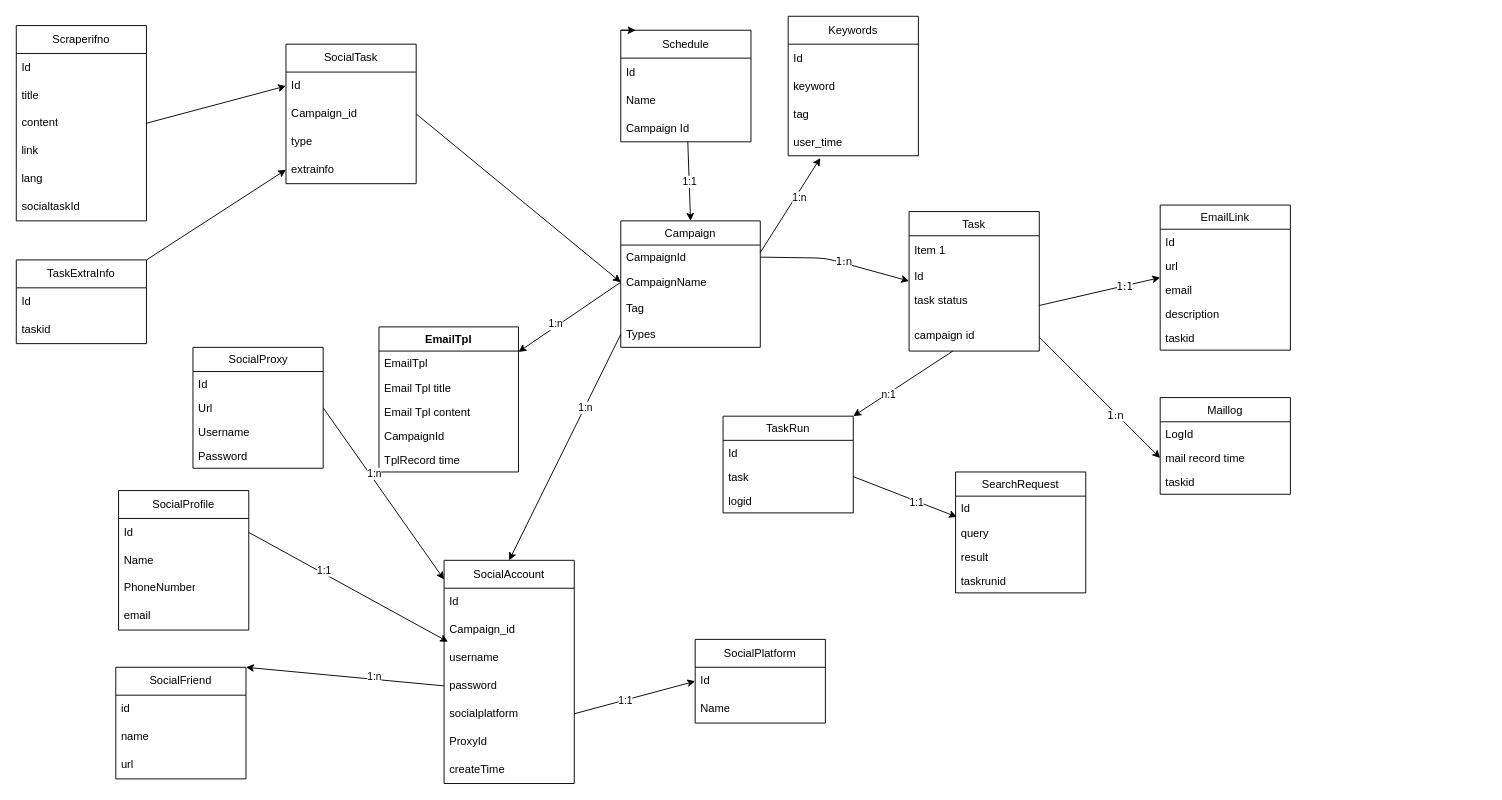
Earlier version of the draw.io diagram doc/class.drawio (robertzengcn/marketing). Source tidied: cells renumbered, new cells numbered last; positions are measured from the earlier drawing's top-left corner, leaving out a move shared by most shapes. Both pictures are drawn from the tidied source at 93%, with x=0, y=0 at pixel (16, 16).
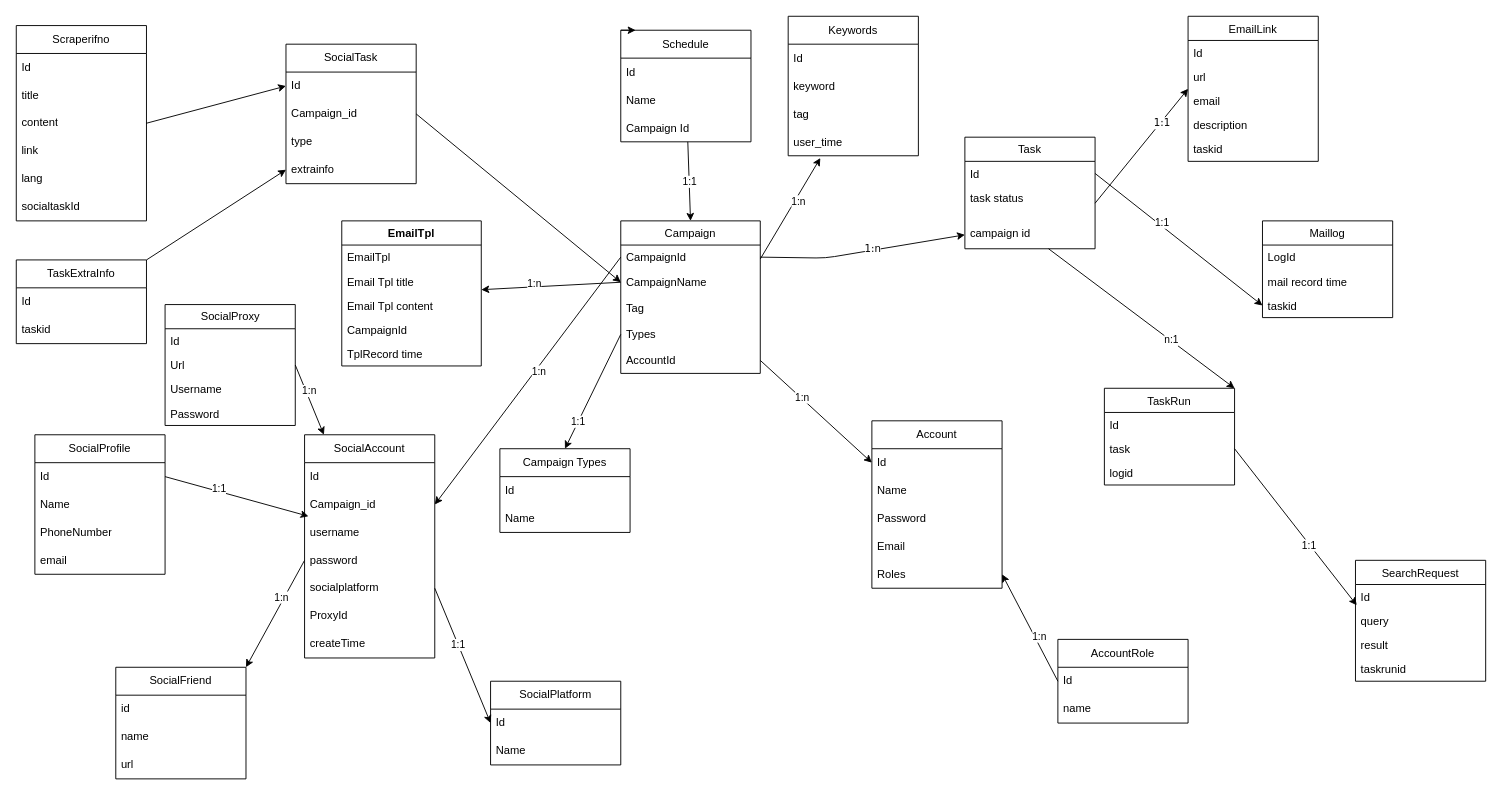
After the change.

Unchanged cells that the change refers to:
```xml
<mxCell id="5" value="CampaignId" style="text;strokeColor=none;fillColor=none;align=left;verticalAlign=top;spacingLeft=4;spacingRight=4;overflow=hidden;points=[[0,0.5],[1,0.5]];portConstraint=eastwest;" parent="4" vertex="1">
  <mxGeometry y="26" width="150" height="26" as="geometry" />
</mxCell>
<mxCell id="8" value="Types" style="text;strokeColor=none;fillColor=none;align=left;verticalAlign=top;spacingLeft=4;spacingRight=4;overflow=hidden;points=[[0,0.5],[1,0.5]];portConstraint=eastwest;" parent="4" vertex="1">
  <mxGeometry y="108" width="150" height="28" as="geometry" />
</mxCell>
<mxCell id="17" value="mail record time" style="text;strokeColor=none;fillColor=none;align=left;verticalAlign=top;spacingLeft=4;spacingRight=4;overflow=hidden;points=[[0,0.5],[1,0.5]];portConstraint=eastwest;" parent="15" vertex="1">
  <mxGeometry y="52" width="140" height="26" as="geometry" />
</mxCell>
<mxCell id="18" value="taskid&#10;" style="text;strokeColor=none;fillColor=none;align=left;verticalAlign=top;spacingLeft=4;spacingRight=4;overflow=hidden;points=[[0,0.5],[1,0.5]];portConstraint=eastwest;" parent="15" vertex="1">
  <mxGeometry y="78" width="140" height="26" as="geometry" />
</mxCell>
<mxCell id="64" value="Campaign_id" style="text;strokeColor=none;fillColor=none;align=left;verticalAlign=middle;spacingLeft=4;spacingRight=4;overflow=hidden;points=[[0,0.5],[1,0.5]];portConstraint=eastwest;whiteSpace=wrap;html=1;" parent="62" vertex="1">
  <mxGeometry y="60" width="140" height="30" as="geometry" />
</mxCell>
```

Change to the diagram source:
```diff
@@
     <mxCell id="4" value="Campaign" style="swimlane;fontStyle=0;horizontal=1;startSize=26;fillColor=none;" parent="1" vertex="1">
-      <mxGeometry x="650" y="220" width="150" height="136" as="geometry" />
+      <mxGeometry x="650" y="220" width="150" height="164" as="geometry" />
     </mxCell>
@@
+    <mxCell id="115" value="AccountId" style="text;strokeColor=none;fillColor=none;align=left;verticalAlign=top;spacingLeft=4;spacingRight=4;overflow=hidden;points=[[0,0.5],[1,0.5]];portConstraint=eastwest;" parent="4" vertex="1">
+      <mxGeometry y="136" width="150" height="28" as="geometry" />
+    </mxCell>
     <mxCell id="9" value="EmailTpl" style="swimlane;fontStyle=1;horizontal=1;startSize=26;fillColor=none;" parent="1" vertex="1">
-      <mxGeometry x="390" y="334" width="150" height="156" as="geometry" />
+      <mxGeometry x="350" y="220" width="150" height="156" as="geometry" />
     </mxCell>
@@
     <mxCell id="15" value="Maillog" style="swimlane;fontStyle=0;horizontal=1;startSize=26;fillColor=none;" parent="1" vertex="1">
-      <mxGeometry x="1230" y="410" width="140" height="104" as="geometry" />
+      <mxGeometry x="1340" y="220" width="140" height="104" as="geometry" />
     </mxCell>
@@
     <mxCell id="19" value="EmailLink" style="swimlane;fontStyle=0;horizontal=1;startSize=26;fillColor=none;" parent="1" vertex="1">
-      <mxGeometry x="1230" y="203" width="140" height="156" as="geometry" />
+      <mxGeometry x="1260" width="140" height="156" as="geometry" />
     </mxCell>
@@
     <mxCell id="25" value="Task" style="swimlane;fontStyle=0;horizontal=1;startSize=26;fillColor=none;" parent="1" vertex="1">
-      <mxGeometry x="960" y="210" width="140" height="150" as="geometry" />
+      <mxGeometry x="1020" y="130" width="140" height="120" as="geometry" />
     </mxCell>
-    <mxCell id="26" value="Item 1" style="text;strokeColor=none;fillColor=none;align=left;verticalAlign=middle;spacingLeft=4;spacingRight=4;overflow=hidden;" parent="25" vertex="1">
-      <mxGeometry y="26" width="140" height="30" as="geometry" />
-    </mxCell>
     <mxCell id="27" value="Id" style="text;strokeColor=none;fillColor=none;align=left;verticalAlign=top;spacingLeft=4;spacingRight=4;overflow=hidden;points=[[0,0.5],[1,0.5]];portConstraint=eastwest;" parent="25" vertex="1">
-      <mxGeometry y="56" width="140" height="26" as="geometry" />
+      <mxGeometry y="26" width="140" height="26" as="geometry" />
     </mxCell>
     <mxCell id="28" value="task status&#10;" style="text;strokeColor=none;fillColor=none;align=left;verticalAlign=top;spacingLeft=4;spacingRight=4;overflow=hidden;points=[[0,0.5],[1,0.5]];portConstraint=eastwest;" parent="25" vertex="1">
-      <mxGeometry y="82" width="140" height="38" as="geometry" />
+      <mxGeometry y="52" width="140" height="38" as="geometry" />
     </mxCell>
     <mxCell id="29" value="campaign id" style="text;strokeColor=none;fillColor=none;align=left;verticalAlign=top;spacingLeft=4;spacingRight=4;overflow=hidden;points=[[0,0.5],[1,0.5]];portConstraint=eastwest;" parent="25" vertex="1">
-      <mxGeometry y="120" width="140" height="30" as="geometry" />
+      <mxGeometry y="90" width="140" height="30" as="geometry" />
     </mxCell>
-    <mxCell id="30" style="edgeStyle=none;html=1;exitX=1;exitY=0.5;exitDx=0;exitDy=0;entryX=0;entryY=-0.192;entryDx=0;entryDy=0;entryPerimeter=0;fontFamily=Verdana;" parent="1" edge="1" source="5" target="28">
+    <mxCell id="30" style="edgeStyle=none;html=1;exitX=1;exitY=0.5;exitDx=0;exitDy=0;entryX=0;entryY=0.5;entryDx=0;entryDy=0;fontFamily=Verdana;" parent="1" edge="1" source="5" target="29">
       <mxGeometry relative="1" as="geometry">
         <Array as="points">
           <mxPoint x="870" y="260" />
         </Array>
       </mxGeometry>
     </mxCell>
@@
-    <mxCell id="34" style="edgeStyle=none;html=1;exitX=1;exitY=0.5;exitDx=0;exitDy=0;fontFamily=Verdana;entryX=0;entryY=0.5;entryDx=0;entryDy=0;" parent="1" edge="1" target="17">
-      <mxGeometry relative="1" as="geometry">
-        <mxPoint x="1100" y="345" as="sourcePoint" />
-      </mxGeometry>
-    </mxCell>
-    <mxCell id="35" value="1:n" style="edgeLabel;html=1;align=center;verticalAlign=middle;fontFamily=Verdana;" parent="34" vertex="1">
-      <mxGeometry x="0.27" y="-2" relative="1" as="geometry" />
-    </mxCell>
     <mxCell id="36" value="TaskRun" style="swimlane;fontStyle=0;horizontal=1;startSize=26;fillColor=none;" parent="1" vertex="1">
-      <mxGeometry x="760" y="430" width="140" height="104" as="geometry" />
+      <mxGeometry x="1170" y="400" width="140" height="104" as="geometry" />
     </mxCell>
@@
     <mxCell id="42" value="SearchRequest" style="swimlane;fontStyle=0;horizontal=1;startSize=26;fillColor=none;" parent="1" vertex="1">
-      <mxGeometry x="1010" y="490" width="140" height="130" as="geometry" />
+      <mxGeometry x="1440" y="585" width="140" height="130" as="geometry" />
     </mxCell>
@@
     <mxCell id="62" value="SocialAccount" style="swimlane;fontStyle=0;horizontal=1;startSize=30;whiteSpace=wrap;html=1;" parent="1" vertex="1">
-      <mxGeometry x="460" y="585" width="140" height="240" as="geometry" />
+      <mxGeometry x="310" y="450" width="140" height="240" as="geometry" />
     </mxCell>
@@
     <mxCell id="70" value="SocialPlatform" style="swimlane;fontStyle=0;horizontal=1;startSize=30;whiteSpace=wrap;html=1;" parent="1" vertex="1">
-      <mxGeometry x="730" y="670" width="140" height="90" as="geometry" />
+      <mxGeometry x="510" y="715" width="140" height="90" as="geometry" />
     </mxCell>
@@
-    <mxCell id="73" style="edgeStyle=none;html=1;exitX=0;exitY=0.5;exitDx=0;exitDy=0;entryX=0.5;entryY=0;entryDx=0;entryDy=0;" parent="1" edge="1" source="8" target="62">
-      <mxGeometry relative="1" as="geometry" />
-    </mxCell>
-    <mxCell id="74" value="1:n" style="edgeLabel;html=1;align=center;verticalAlign=middle;" parent="73" vertex="1">
-      <mxGeometry x="-0.36" relative="1" as="geometry" />
-    </mxCell>
@@
     <mxCell id="81" value="SocialProfile" style="swimlane;fontStyle=0;horizontal=1;startSize=30;whiteSpace=wrap;html=1;" parent="1" vertex="1">
-      <mxGeometry x="110" y="510" width="140" height="150" as="geometry" />
+      <mxGeometry x="20" y="450" width="140" height="150" as="geometry" />
     </mxCell>
@@
     <mxCell id="90" value="SocialProxy" style="swimlane;fontStyle=0;horizontal=1;startSize=26;fillColor=none;html=1;" parent="1" vertex="1">
-      <mxGeometry x="190" y="356" width="140" height="130" as="geometry" />
+      <mxGeometry x="160" y="310" width="140" height="130" as="geometry" />
     </mxCell>
@@
+    <mxCell id="116" value="Account" style="swimlane;fontStyle=0;horizontal=1;startSize=30;whiteSpace=wrap;html=1;" parent="1" vertex="1">
+      <mxGeometry x="920" y="435" width="140" height="180" as="geometry" />
+    </mxCell>
+    <mxCell id="117" value="Id" style="text;strokeColor=none;fillColor=none;align=left;verticalAlign=middle;spacingLeft=4;spacingRight=4;overflow=hidden;points=[[0,0.5],[1,0.5]];portConstraint=eastwest;whiteSpace=wrap;html=1;" parent="116" vertex="1">
+      <mxGeometry y="30" width="140" height="30" as="geometry" />
+    </mxCell>
+    <mxCell id="118" value="Name" style="text;strokeColor=none;fillColor=none;align=left;verticalAlign=middle;spacingLeft=4;spacingRight=4;overflow=hidden;whiteSpace=wrap;html=1;" parent="116" vertex="1">
+      <mxGeometry y="60" width="140" height="30" as="geometry" />
+    </mxCell>
+    <mxCell id="119" value="Password" style="text;strokeColor=none;fillColor=none;align=left;verticalAlign=middle;spacingLeft=4;spacingRight=4;overflow=hidden;whiteSpace=wrap;html=1;" parent="116" vertex="1">
+      <mxGeometry y="90" width="140" height="30" as="geometry" />
+    </mxCell>
+    <mxCell id="120" value="Email" style="text;strokeColor=none;fillColor=none;align=left;verticalAlign=middle;spacingLeft=4;spacingRight=4;overflow=hidden;whiteSpace=wrap;html=1;" parent="116" vertex="1">
+      <mxGeometry y="120" width="140" height="30" as="geometry" />
+    </mxCell>
+    <mxCell id="121" value="Roles" style="text;strokeColor=none;fillColor=none;align=left;verticalAlign=middle;spacingLeft=4;spacingRight=4;overflow=hidden;points=[[0,0.5],[1,0.5]];portConstraint=eastwest;whiteSpace=wrap;html=1;" parent="116" vertex="1">
+      <mxGeometry y="150" width="140" height="30" as="geometry" />
+    </mxCell>
+    <mxCell id="122" style="edgeStyle=none;html=1;exitX=1;exitY=0.5;exitDx=0;exitDy=0;entryX=0;entryY=0.5;entryDx=0;entryDy=0;" parent="1" edge="1" source="115" target="117">
+      <mxGeometry relative="1" as="geometry" />
+    </mxCell>
+    <mxCell id="123" value="1:n" style="edgeLabel;html=1;align=center;verticalAlign=middle;" parent="122" vertex="1">
+      <mxGeometry x="-0.28" y="1" relative="1" as="geometry" />
+    </mxCell>
+    <mxCell id="124" style="edgeStyle=none;html=1;exitX=0;exitY=0.5;exitDx=0;exitDy=0;entryX=1;entryY=0.5;entryDx=0;entryDy=0;" parent="1" edge="1" source="5" target="64">
+      <mxGeometry relative="1" as="geometry" />
+    </mxCell>
+    <mxCell id="125" value="1:n" style="edgeLabel;html=1;align=center;verticalAlign=middle;" parent="124" vertex="1">
+      <mxGeometry x="-0.09" y="3" relative="1" as="geometry" />
+    </mxCell>
+    <mxCell id="126" value="Campaign Types" style="swimlane;fontStyle=0;horizontal=1;startSize=30;whiteSpace=wrap;html=1;" parent="1" vertex="1">
+      <mxGeometry x="520" y="465" width="140" height="90" as="geometry" />
+    </mxCell>
+    <mxCell id="127" value="Id" style="text;strokeColor=none;fillColor=none;align=left;verticalAlign=middle;spacingLeft=4;spacingRight=4;overflow=hidden;whiteSpace=wrap;html=1;" parent="126" vertex="1">
+      <mxGeometry y="30" width="140" height="30" as="geometry" />
+    </mxCell>
+    <mxCell id="128" value="Name" style="text;strokeColor=none;fillColor=none;align=left;verticalAlign=middle;spacingLeft=4;spacingRight=4;overflow=hidden;whiteSpace=wrap;html=1;" parent="126" vertex="1">
+      <mxGeometry y="60" width="140" height="30" as="geometry" />
+    </mxCell>
+    <mxCell id="129" style="edgeStyle=none;html=1;exitX=0;exitY=0.5;exitDx=0;exitDy=0;entryX=0.5;entryY=0;entryDx=0;entryDy=0;" parent="1" edge="1" source="8" target="126">
+      <mxGeometry relative="1" as="geometry" />
+    </mxCell>
+    <mxCell id="130" value="1:1" style="edgeLabel;html=1;align=center;verticalAlign=middle;" parent="129" vertex="1">
+      <mxGeometry x="0.52" y="-1" relative="1" as="geometry" />
+    </mxCell>
+    <mxCell id="131" style="edgeStyle=none;html=1;exitX=1;exitY=0.5;exitDx=0;exitDy=0;entryX=0;entryY=0.5;entryDx=0;entryDy=0;" parent="1" edge="1" source="27" target="18">
+      <mxGeometry relative="1" as="geometry" />
+    </mxCell>
+    <mxCell id="132" value="1:1" style="edgeLabel;html=1;align=center;verticalAlign=middle;" parent="131" vertex="1">
+      <mxGeometry x="-0.22" y="3" relative="1" as="geometry" />
+    </mxCell>
+    <mxCell id="133" value="AccountRole" style="swimlane;fontStyle=0;horizontal=1;startSize=30;whiteSpace=wrap;html=1;" parent="1" vertex="1">
+      <mxGeometry x="1120" y="670" width="140" height="90" as="geometry" />
+    </mxCell>
+    <mxCell id="134" value="Id" style="text;strokeColor=none;fillColor=none;align=left;verticalAlign=middle;spacingLeft=4;spacingRight=4;overflow=hidden;points=[[0,0.5],[1,0.5]];portConstraint=eastwest;whiteSpace=wrap;html=1;" parent="133" vertex="1">
+      <mxGeometry y="30" width="140" height="30" as="geometry" />
+    </mxCell>
+    <mxCell id="135" value="name" style="text;strokeColor=none;fillColor=none;align=left;verticalAlign=middle;spacingLeft=4;spacingRight=4;overflow=hidden;whiteSpace=wrap;html=1;" parent="133" vertex="1">
+      <mxGeometry y="60" width="140" height="30" as="geometry" />
+    </mxCell>
+    <mxCell id="136" style="edgeStyle=none;html=1;exitX=0;exitY=0.5;exitDx=0;exitDy=0;entryX=1;entryY=0.5;entryDx=0;entryDy=0;" parent="1" edge="1" source="134" target="121">
+      <mxGeometry relative="1" as="geometry" />
+    </mxCell>
+    <mxCell id="137" value="1:n" style="edgeLabel;html=1;align=center;verticalAlign=middle;" parent="136" vertex="1">
+      <mxGeometry x="-0.18" y="-4" relative="1" as="geometry" />
+    </mxCell>
```
